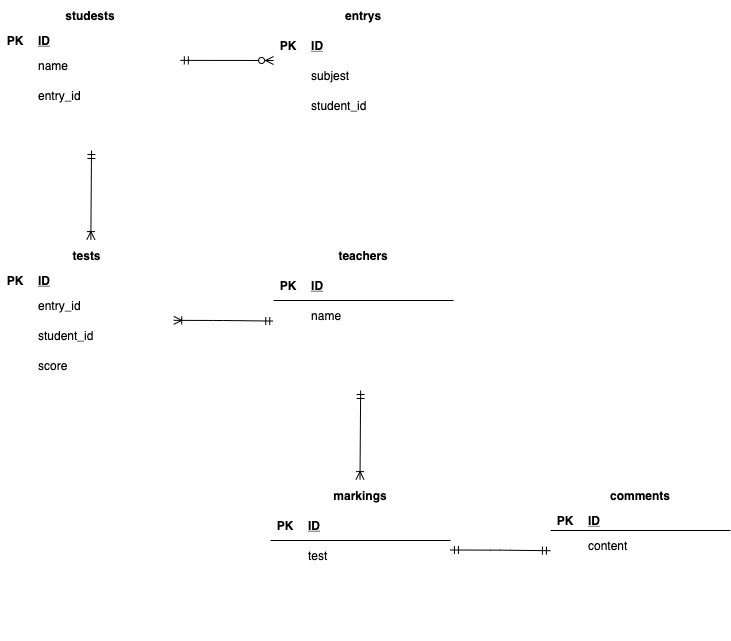
The draw.io diagram index.drawio.png in katorifuge/20210519teramoto, before a commit. Source tidied: cells renumbered, new cells last; positions are measured from the earlier drawing's top-left corner, leaving out a move shared by most shapes.
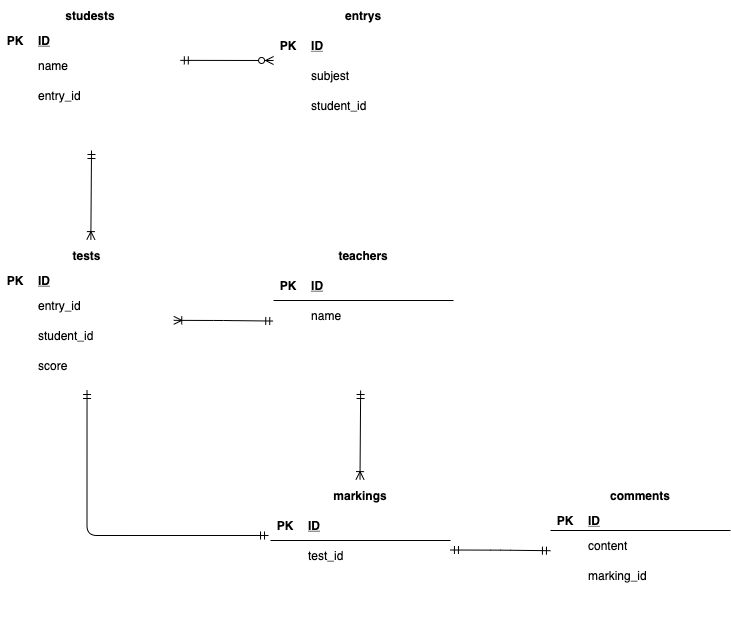
After the commit.

Diff of the diagram source:
```diff
@@ -196,7 +196,7 @@
     <mxCell id="63" style="shape=partialRectangle;fillColor=none;top=0;left=0;bottom=0;right=0;overflow=hidden;" parent="62" vertex="1">
       <mxGeometry width="30" height="30" as="geometry" />
     </mxCell>
-    <mxCell id="64" value="test" style="shape=partialRectangle;fillColor=none;top=0;left=0;bottom=0;right=0;align=left;spacingLeft=6;overflow=hidden;" parent="62" vertex="1">
+    <mxCell id="64" value="test_id" style="shape=partialRectangle;fillColor=none;top=0;left=0;bottom=0;right=0;align=left;spacingLeft=6;overflow=hidden;" parent="62" vertex="1">
       <mxGeometry x="30" width="150" height="30" as="geometry" />
     </mxCell>
     <mxCell id="65" style="shape=partialRectangle;fillColor=none;top=0;left=0;bottom=0;right=0;" parent="58" vertex="1">
@@ -244,7 +244,7 @@
     <mxCell id="79" style="shape=partialRectangle;fillColor=none;top=0;left=0;bottom=0;right=0;overflow=hidden;" parent="78" vertex="1">
       <mxGeometry width="30" height="30" as="geometry" />
     </mxCell>
-    <mxCell id="80" style="shape=partialRectangle;fillColor=none;top=0;left=0;bottom=0;right=0;align=left;spacingLeft=6;overflow=hidden;" parent="78" vertex="1">
+    <mxCell id="80" value="marking_id" style="shape=partialRectangle;fillColor=none;top=0;left=0;bottom=0;right=0;align=left;spacingLeft=6;overflow=hidden;" parent="78" vertex="1">
       <mxGeometry x="30" width="150" height="30" as="geometry" />
     </mxCell>
     <mxCell id="81" style="shape=partialRectangle;fillColor=none;top=0;left=0;bottom=0;right=0;" parent="71" vertex="1">
@@ -271,5 +271,8 @@
         <mxPoint x="360.1" y="390" as="targetPoint" />
       </mxGeometry>
     </mxCell>
+    <mxCell id="86" style="fontSize=12;html=1;endArrow=ERmandOne;startArrow=ERmandOne;endFill=0;startFill=0;exitX=-0.011;exitY=0.833;exitDx=0;exitDy=0;exitPerimeter=0;edgeStyle=orthogonalEdgeStyle;entryX=0.5;entryY=1;entryDx=0;entryDy=0;" parent="1" edge="1" source="59" target="2">
+      <mxGeometry relative="1" as="geometry" />
+    </mxCell>
   </root>
 </mxGraphModel>
```
